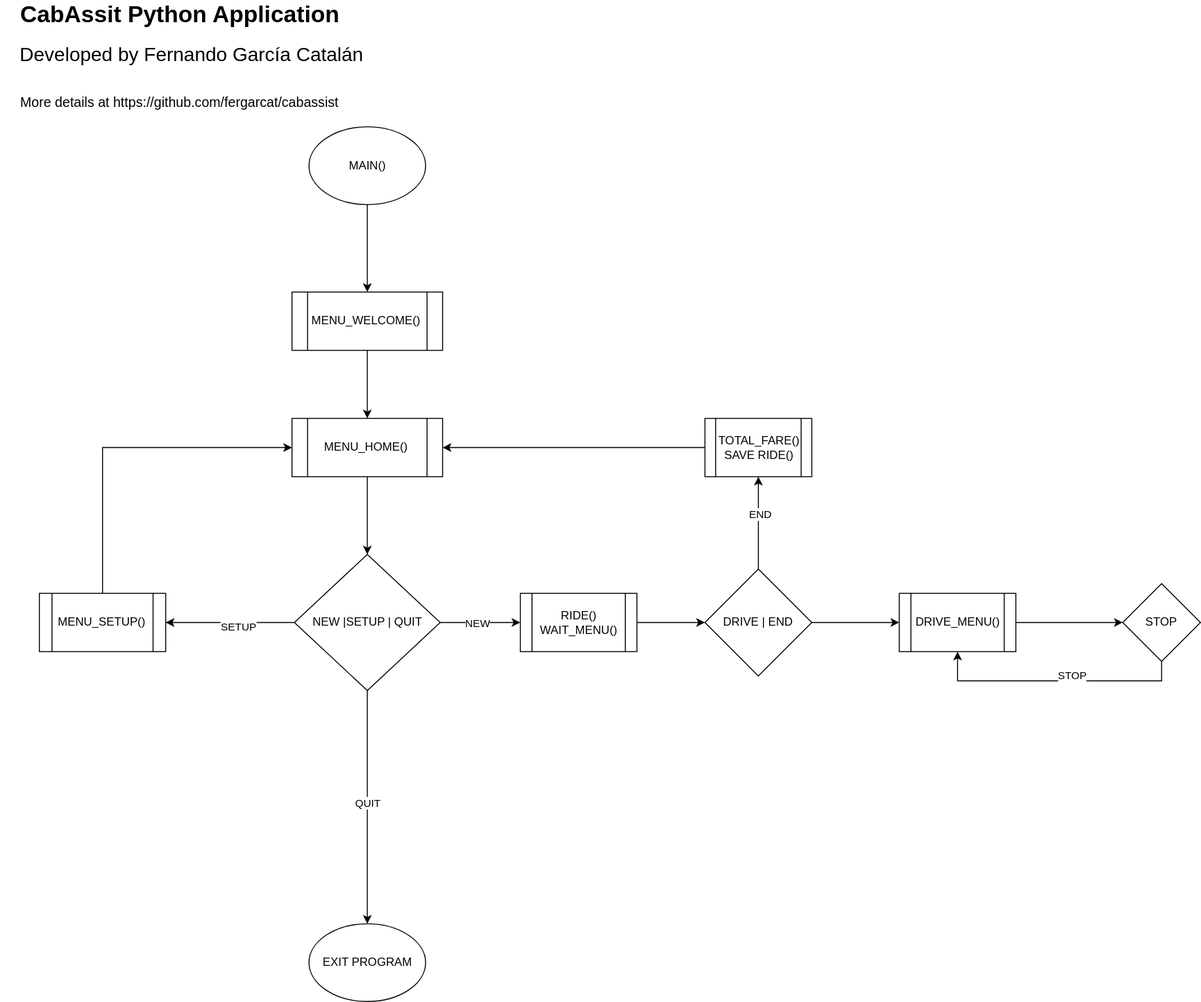
fergarcat/cabassist keeps this draw.io diagram as CabAssist-FlowChart.svg. Above is the earlier version. Source tidied: cells renumbered, new cells last; positions are measured from the earlier drawing's top-left corner, leaving out a move shared by most shapes. Source of this version:
```xml
<mxGraphModel>
  <root>
    <mxCell id="0" />
    <mxCell id="1" parent="0" />
    <mxCell id="2" value="MAIN()" style="ellipse;whiteSpace=wrap;html=1;fontSize=12;" parent="1" vertex="1">
      <mxGeometry x="317.5" y="130" width="120" height="80" as="geometry" />
    </mxCell>
    <mxCell id="3" style="edgeStyle=orthogonalEdgeStyle;rounded=0;jettySize=auto;html=1;exitX=0;exitY=0.5;exitDx=0;exitDy=0;" parent="1" edge="1" source="5" target="30">
      <mxGeometry relative="1" as="geometry" />
    </mxCell>
    <mxCell id="4" value="SETUP" style="edgeLabel;html=1;align=center;verticalAlign=middle;" parent="3" vertex="1">
      <mxGeometry x="-0.12" y="4" relative="1" as="geometry" />
    </mxCell>
    <mxCell id="5" value="NEW |SETUP | QUIT" style="rhombus;whiteSpace=wrap;html=1;" parent="1" vertex="1">
      <mxGeometry x="302.5" y="570" width="150" height="140" as="geometry" />
    </mxCell>
    <mxCell id="6" value="EXIT PROGRAM" style="ellipse;whiteSpace=wrap;html=1;" parent="1" vertex="1">
      <mxGeometry x="317.5" y="950" width="120" height="80" as="geometry" />
    </mxCell>
    <mxCell id="7" style="endArrow=classic;html=1;rounded=0;exitX=0.5;exitY=1;exitDx=0;exitDy=0;entryX=0.5;entryY=0;entryDx=0;entryDy=0;" parent="1" edge="1" source="2" target="18">
      <mxGeometry relative="1" as="geometry" />
    </mxCell>
    <mxCell id="8" style="endArrow=classic;html=1;rounded=0;exitX=0.5;exitY=1;exitDx=0;exitDy=0;entryX=0.5;entryY=0;entryDx=0;entryDy=0;" parent="1" edge="1" source="18" target="19">
      <mxGeometry relative="1" as="geometry" />
    </mxCell>
    <mxCell id="9" style="endArrow=classic;html=1;rounded=0;exitX=0.5;exitY=1;exitDx=0;exitDy=0;entryX=0.5;entryY=0;entryDx=0;entryDy=0;" parent="1" edge="1" source="19" target="5">
      <mxGeometry relative="1" as="geometry" />
    </mxCell>
    <mxCell id="10" style="endArrow=classic;html=1;rounded=0;exitX=0.5;exitY=1;exitDx=0;exitDy=0;entryX=0.5;entryY=0;entryDx=0;entryDy=0;" parent="1" edge="1" source="5" target="6">
      <mxGeometry relative="1" as="geometry" />
    </mxCell>
    <mxCell id="11" value="QUIT" style="edgeLabel;html=1;align=center;verticalAlign=middle;" parent="10" vertex="1">
      <mxGeometry x="-0.05" relative="1" as="geometry" />
    </mxCell>
    <mxCell id="12" style="edgeStyle=orthogonalEdgeStyle;rounded=0;jettySize=auto;html=1;exitX=1;exitY=0.5;exitDx=0;exitDy=0;entryX=0;entryY=0.5;entryDx=0;entryDy=0;" parent="1" edge="1" source="20" target="17">
      <mxGeometry relative="1" as="geometry" />
    </mxCell>
    <mxCell id="13" style="endArrow=classic;html=1;rounded=0;exitX=1;exitY=0.5;exitDx=0;exitDy=0;entryX=0;entryY=0.5;entryDx=0;entryDy=0;" parent="1" edge="1" source="5" target="20">
      <mxGeometry relative="1" as="geometry" />
    </mxCell>
    <mxCell id="14" value="NEW" style="edgeLabel;html=1;align=center;verticalAlign=middle;" parent="13" vertex="1">
      <mxGeometry x="-0.06" relative="1" as="geometry">
        <mxPoint x="-1" as="offset" />
      </mxGeometry>
    </mxCell>
    <mxCell id="15" style="edgeStyle=orthogonalEdgeStyle;rounded=0;jettySize=auto;html=1;exitX=0.5;exitY=0;exitDx=0;exitDy=0;entryX=0.5;entryY=1;entryDx=0;entryDy=0;" parent="1" edge="1" source="17" target="28">
      <mxGeometry relative="1" as="geometry" />
    </mxCell>
    <mxCell id="16" value="END" style="edgeLabel;html=1;align=center;verticalAlign=middle;" parent="15" vertex="1">
      <mxGeometry x="0.21" y="-1" relative="1" as="geometry" />
    </mxCell>
    <mxCell id="17" value="DRIVE | END" style="rhombus;whiteSpace=wrap;html=1;" parent="1" vertex="1">
      <mxGeometry x="725" y="585" width="110" height="110" as="geometry" />
    </mxCell>
    <mxCell id="18" value="MENU_WELCOME()" style="shape=process;whiteSpace=wrap;html=1;backgroundOutline=1;" parent="1" vertex="1">
      <mxGeometry x="300" y="300" width="155" height="60" as="geometry" />
    </mxCell>
    <mxCell id="19" value="MENU_HOME()" style="shape=process;whiteSpace=wrap;html=1;backgroundOutline=1;" parent="1" vertex="1">
      <mxGeometry x="300" y="430" width="155" height="60" as="geometry" />
    </mxCell>
    <mxCell id="20" value="RIDE()&lt;div&gt;WAIT_MENU()&lt;/div&gt;" style="shape=process;whiteSpace=wrap;html=1;backgroundOutline=1;" parent="1" vertex="1">
      <mxGeometry x="535" y="610" width="120" height="60" as="geometry" />
    </mxCell>
    <mxCell id="21" value="DRIVE_MENU()" style="shape=process;whiteSpace=wrap;html=1;backgroundOutline=1;" parent="1" vertex="1">
      <mxGeometry x="925" y="610" width="120" height="60" as="geometry" />
    </mxCell>
    <mxCell id="22" value="STOP" style="rhombus;whiteSpace=wrap;html=1;" parent="1" vertex="1">
      <mxGeometry x="1155" y="600" width="80" height="80" as="geometry" />
    </mxCell>
    <mxCell id="23" style="endArrow=classic;html=1;rounded=0;exitX=1;exitY=0.5;exitDx=0;exitDy=0;entryX=0;entryY=0.5;entryDx=0;entryDy=0;" parent="1" edge="1" source="17" target="21">
      <mxGeometry relative="1" as="geometry" />
    </mxCell>
    <mxCell id="24" style="endArrow=classic;html=1;rounded=0;exitX=1;exitY=0.5;exitDx=0;exitDy=0;entryX=0;entryY=0.5;entryDx=0;entryDy=0;" parent="1" edge="1" source="21" target="22">
      <mxGeometry relative="1" as="geometry" />
    </mxCell>
    <mxCell id="25" style="edgeStyle=orthogonalEdgeStyle;rounded=0;jettySize=auto;html=1;entryX=0.5;entryY=1;entryDx=0;entryDy=0;" parent="1" edge="1" source="22" target="21">
      <mxGeometry relative="1" as="geometry">
        <Array as="points">
          <mxPoint x="1195" y="700" />
          <mxPoint x="985" y="700" />
        </Array>
      </mxGeometry>
    </mxCell>
    <mxCell id="26" value="STOP" style="edgeLabel;html=1;align=center;verticalAlign=middle;" parent="25" vertex="1">
      <mxGeometry x="-0.12" y="-6" relative="1" as="geometry" />
    </mxCell>
    <mxCell id="27" style="edgeStyle=orthogonalEdgeStyle;rounded=0;jettySize=auto;html=1;exitX=0;exitY=0.5;exitDx=0;exitDy=0;entryX=1;entryY=0.5;entryDx=0;entryDy=0;" parent="1" edge="1" source="28" target="19">
      <mxGeometry relative="1" as="geometry" />
    </mxCell>
    <mxCell id="28" value="&lt;div&gt;TOTAL_FARE()&lt;/div&gt;SAVE RIDE()" style="shape=process;whiteSpace=wrap;html=1;backgroundOutline=1;" parent="1" vertex="1">
      <mxGeometry x="725" y="430" width="110" height="60" as="geometry" />
    </mxCell>
    <mxCell id="29" style="edgeStyle=orthogonalEdgeStyle;rounded=0;jettySize=auto;html=1;exitX=0.5;exitY=0;exitDx=0;exitDy=0;entryX=0;entryY=0.5;entryDx=0;entryDy=0;" parent="1" edge="1" source="30" target="19">
      <mxGeometry relative="1" as="geometry" />
    </mxCell>
    <mxCell id="30" value="MENU_SETUP()" style="shape=process;whiteSpace=wrap;html=1;backgroundOutline=1;" parent="1" vertex="1">
      <mxGeometry x="40" y="610" width="130" height="60" as="geometry" />
    </mxCell>
    <mxCell id="31" value="CabAssit Python Application" style="text;html=1;align=center;verticalAlign=middle;whiteSpace=wrap;rounded=0;fontStyle=1;fontSize=24;" parent="1" vertex="1">
      <mxGeometry width="370" height="30" as="geometry" />
    </mxCell>
    <mxCell id="32" value="Developed by Fernando García Catalán" style="text;html=1;align=center;verticalAlign=middle;whiteSpace=wrap;rounded=0;fontSize=20;" parent="1" vertex="1">
      <mxGeometry x="12.5" y="40" width="367.5" height="30" as="geometry" />
    </mxCell>
    <mxCell id="33" value="More details at https://github.com/fergarcat/cabassist" style="text;html=1;align=center;verticalAlign=middle;whiteSpace=wrap;rounded=0;fontSize=14;" parent="1" vertex="1">
      <mxGeometry x="12.5" y="90" width="342.5" height="30" as="geometry" />
    </mxCell>
  </root>
</mxGraphModel>
```
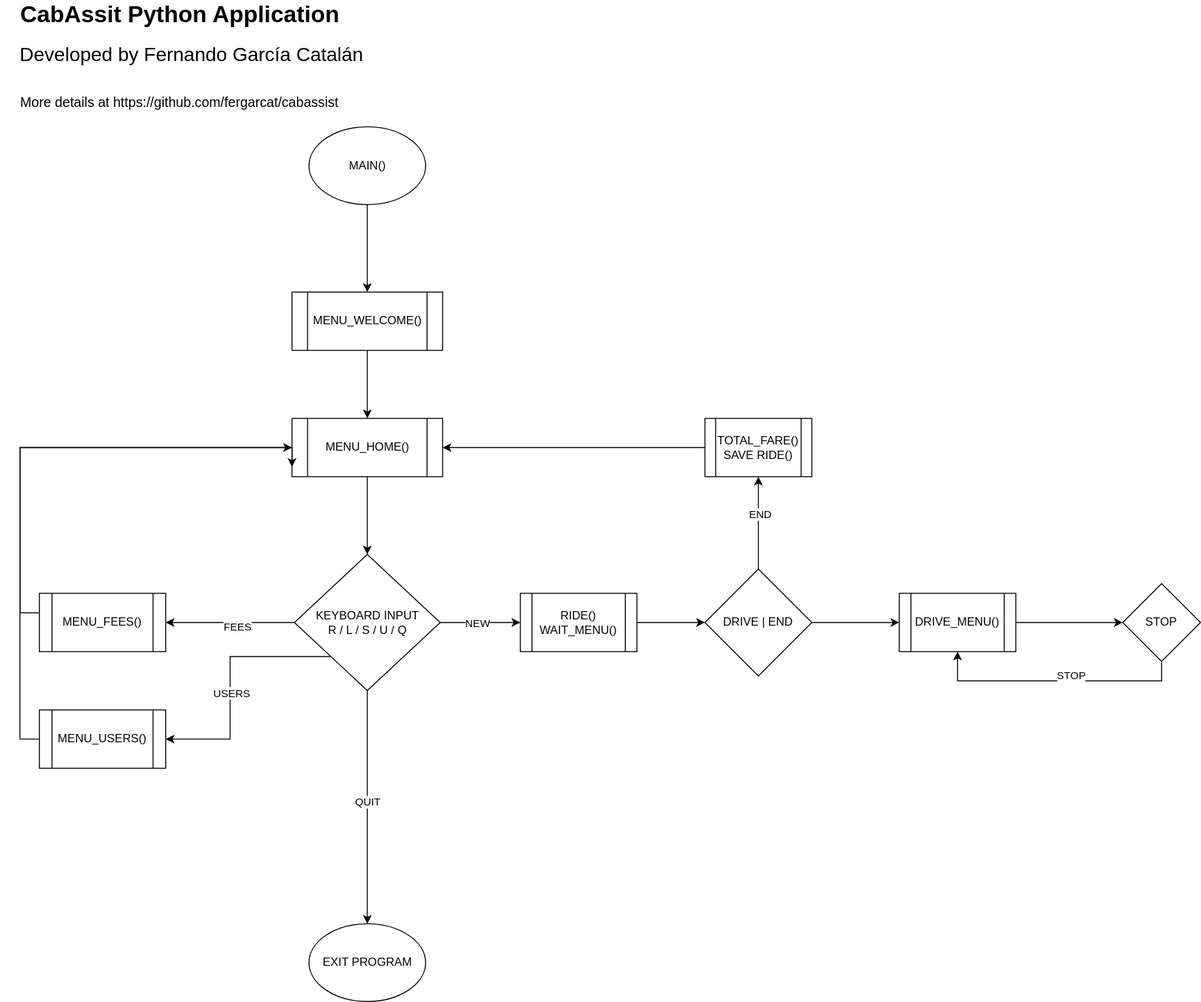
The same diagram one commit later.

Diff of the diagram source:
```diff
@@ -8,10 +8,16 @@
     <mxCell id="3" style="edgeStyle=orthogonalEdgeStyle;rounded=0;jettySize=auto;html=1;exitX=0;exitY=0.5;exitDx=0;exitDy=0;" parent="1" edge="1" source="5" target="30">
       <mxGeometry relative="1" as="geometry" />
     </mxCell>
-    <mxCell id="4" value="SETUP" style="edgeLabel;html=1;align=center;verticalAlign=middle;" parent="3" vertex="1">
+    <mxCell id="4" value="FEES" style="edgeLabel;html=1;align=center;verticalAlign=middle;" parent="3" vertex="1">
       <mxGeometry x="-0.12" y="4" relative="1" as="geometry" />
     </mxCell>
+    <mxCell id="34" style="edgeStyle=orthogonalEdgeStyle;rounded=0;jettySize=auto;html=1;exitX=0;exitY=1;exitDx=0;exitDy=0;entryX=1;entryY=0.5;entryDx=0;entryDy=0;" parent="1" edge="1" source="5" target="37">
+      <mxGeometry relative="1" as="geometry" />
+    </mxCell>
+    <mxCell id="35" value="USERS" style="edgeLabel;html=1;align=center;verticalAlign=middle;" parent="34" vertex="1">
+      <mxGeometry x="0.1" y="1" relative="1" as="geometry" />
+    </mxCell>
-    <mxCell id="5" value="NEW |SETUP | QUIT" style="rhombus;whiteSpace=wrap;html=1;" parent="1" vertex="1">
+    <mxCell id="5" value="KEYBOARD INPUT&lt;div&gt;R / L / S / U / Q&lt;/div&gt;" style="rhombus;whiteSpace=wrap;html=1;" parent="1" vertex="1">
       <mxGeometry x="302.5" y="570" width="150" height="140" as="geometry" />
     </mxCell>
     <mxCell id="6" value="EXIT PROGRAM" style="ellipse;whiteSpace=wrap;html=1;" parent="1" vertex="1">
@@ -90,10 +96,18 @@
     <mxCell id="28" value="&lt;div&gt;TOTAL_FARE()&lt;/div&gt;SAVE RIDE()" style="shape=process;whiteSpace=wrap;html=1;backgroundOutline=1;" parent="1" vertex="1">
       <mxGeometry x="725" y="430" width="110" height="60" as="geometry" />
     </mxCell>
-    <mxCell id="29" style="edgeStyle=orthogonalEdgeStyle;rounded=0;jettySize=auto;html=1;exitX=0.5;exitY=0;exitDx=0;exitDy=0;entryX=0;entryY=0.5;entryDx=0;entryDy=0;" parent="1" edge="1" source="30" target="19">
-      <mxGeometry relative="1" as="geometry" />
+    <mxCell id="29" style="edgeStyle=orthogonalEdgeStyle;rounded=0;orthogonalLoop=1;jettySize=auto;html=1;exitX=0.5;exitY=0;exitDx=0;exitDy=0;entryX=0;entryY=0.5;entryDx=0;entryDy=0;" parent="1" edge="1">
+      <mxGeometry relative="1" as="geometry">
+        <mxPoint x="105" y="630" as="sourcePoint" />
+        <mxPoint x="300" y="480" as="targetPoint" />
+        <Array as="points">
+          <mxPoint x="20" y="630" />
+          <mxPoint x="20" y="460" />
+          <mxPoint x="300" y="460" />
+        </Array>
+      </mxGeometry>
     </mxCell>
-    <mxCell id="30" value="MENU_SETUP()" style="shape=process;whiteSpace=wrap;html=1;backgroundOutline=1;" parent="1" vertex="1">
+    <mxCell id="30" value="MENU_FEES()" style="shape=process;whiteSpace=wrap;html=1;backgroundOutline=1;" parent="1" vertex="1">
       <mxGeometry x="40" y="610" width="130" height="60" as="geometry" />
     </mxCell>
     <mxCell id="31" value="CabAssit Python Application" style="text;html=1;align=center;verticalAlign=middle;whiteSpace=wrap;rounded=0;fontStyle=1;fontSize=24;" parent="1" vertex="1">
@@ -105,5 +119,11 @@
     <mxCell id="33" value="More details at https://github.com/fergarcat/cabassist" style="text;html=1;align=center;verticalAlign=middle;whiteSpace=wrap;rounded=0;fontSize=14;" parent="1" vertex="1">
       <mxGeometry x="12.5" y="90" width="342.5" height="30" as="geometry" />
     </mxCell>
+    <mxCell id="36" style="edgeStyle=orthogonalEdgeStyle;rounded=0;jettySize=auto;html=1;exitX=0;exitY=0.5;exitDx=0;exitDy=0;entryX=0;entryY=0.5;entryDx=0;entryDy=0;" parent="1" edge="1" source="37" target="19">
+      <mxGeometry relative="1" as="geometry" />
+    </mxCell>
+    <mxCell id="37" value="MENU_USERS()" style="shape=process;whiteSpace=wrap;html=1;backgroundOutline=1;" parent="1" vertex="1">
+      <mxGeometry x="40" y="730" width="130" height="60" as="geometry" />
+    </mxCell>
   </root>
 </mxGraphModel>
```
